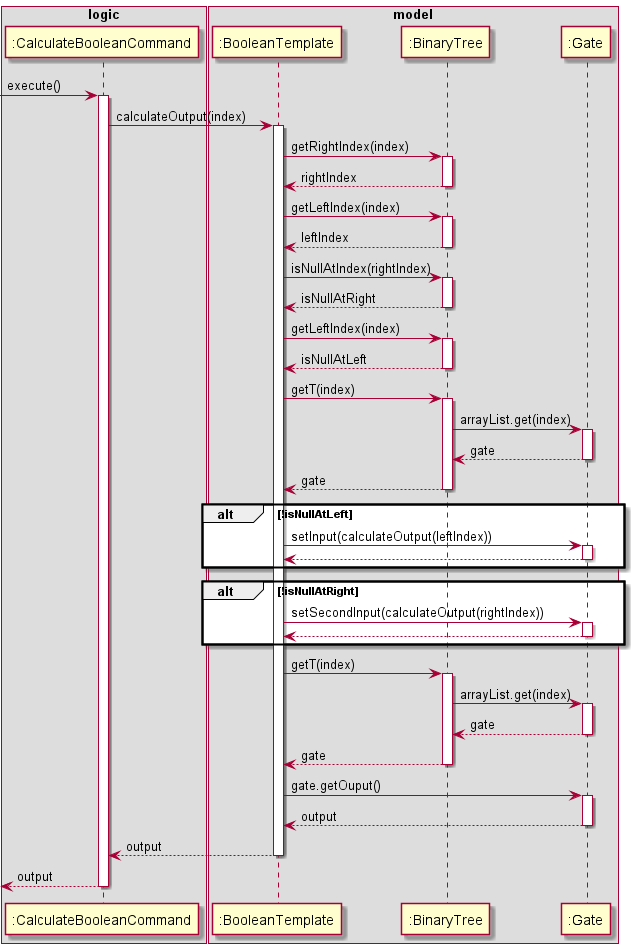
sevenseasofbri/tp keeps this PlantUML diagram as docs/diagrams/CalcBooleanCommand.png. Above is the earlier version.
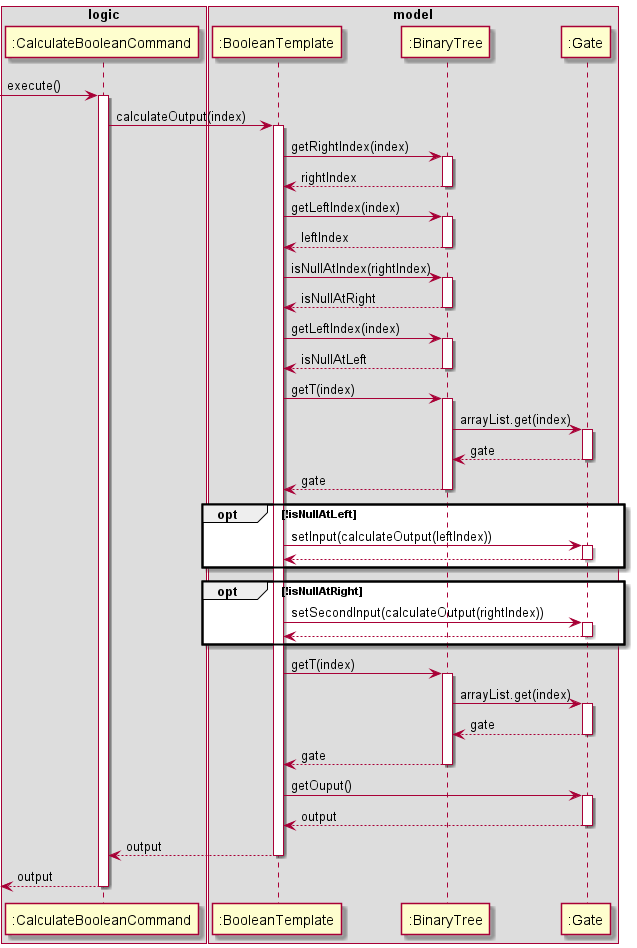
The same file after the commit.

What changed in the source:
```diff
@@ -52,7 +52,7 @@
 BT --> Bool: gate
 deactivate BT
 
-alt !isNullAtLeft
+opt !isNullAtLeft
 
 Bool -> Gate: setInput(calculateOutput(leftIndex))
 activate Gate
@@ -62,7 +62,7 @@
 
 end
 
-alt !isNullAtRight
+opt !isNullAtRight
 
 Bool -> Gate : setSecondInput(calculateOutput(rightIndex))
 activate Gate
@@ -87,7 +87,7 @@
 BT --> Bool : gate
 deactivate BT
 
-Bool -> Gate : gate.getOuput()
+Bool -> Gate : getOuput()
 activate Gate
 
 Gate --> Bool: output
```
